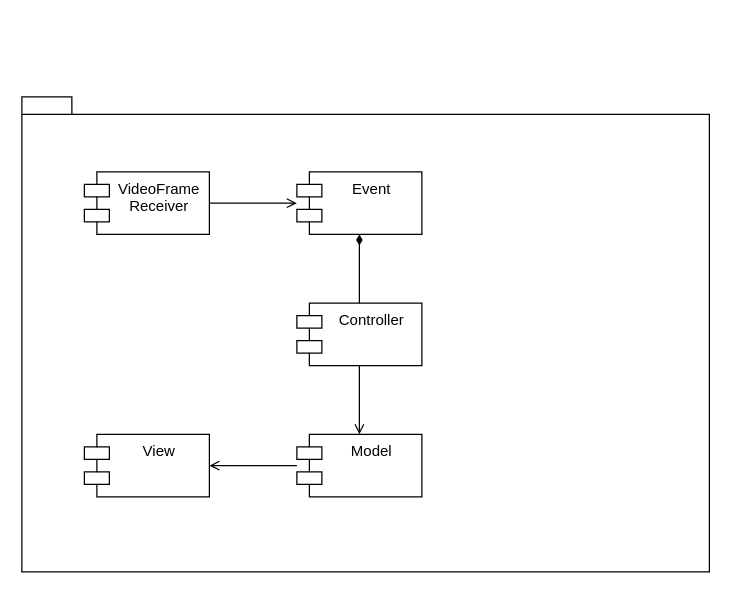
Above: GUI/Architecture/Video-GUI.drawio in Uhgtred/Robot_Remote_Control (draw.io), before the change. Source tidied: cells renumbered, new cells numbered last; positions are measured from the earlier drawing's top-left corner, leaving out a move shared by most shapes. Both pictures are drawn from the tidied source at 125%, with x=0, y=0 at pixel (21, 96).
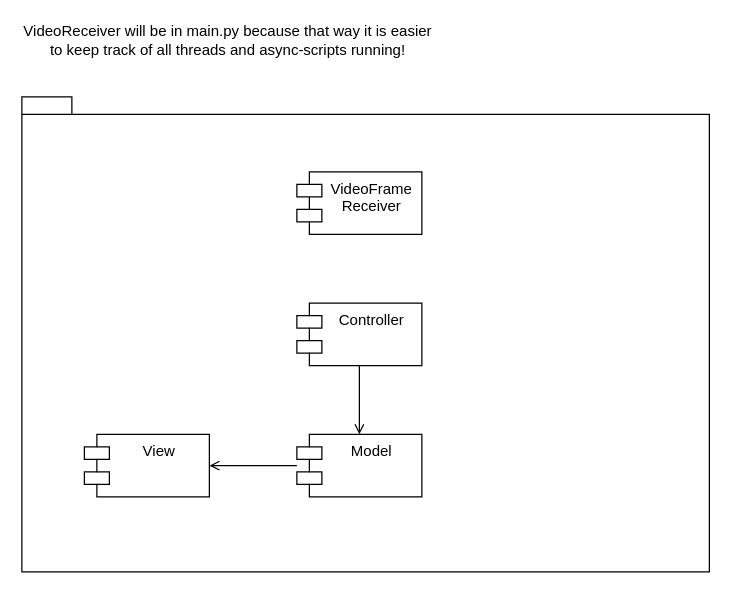
Above is the later version.

Commit message (it also covers changes not shown here):
Implement video processing and update requirements

Diff of the diagram source:
```diff
@@
 <mxGraphModel>
   <root>
     <mxCell id="0" />
     <mxCell id="1" parent="0" />
     <mxCell id="2" style="shape=folder;fontStyle=1;spacingTop=10;tabWidth=40;tabHeight=14;tabPosition=left;html=1;" parent="1" vertex="1">
       <mxGeometry width="550" height="380" as="geometry" />
     </mxCell>
-    <mxCell id="3" style="edgeStyle=orthogonalEdgeStyle;rounded=0;jettySize=auto;html=1;endArrow=open;endFill=0;" parent="1" edge="1" source="4">
-      <mxGeometry relative="1" as="geometry">
-        <mxPoint x="220" y="85" as="targetPoint" />
-      </mxGeometry>
-    </mxCell>
     <mxCell id="4" value="VideoFrame&#10;Receiver" style="shape=module;align=left;spacingLeft=20;align=center;verticalAlign=top;" parent="1" vertex="1">
-      <mxGeometry x="50" y="60" width="100" height="50" as="geometry" />
+      <mxGeometry x="220" y="60" width="100" height="50" as="geometry" />
     </mxCell>
     <mxCell id="5" style="edgeStyle=orthogonalEdgeStyle;rounded=0;jettySize=auto;html=1;startArrow=none;startFill=0;endArrow=open;endFill=0;" parent="1" edge="1" source="6" target="7">
       <mxGeometry relative="1" as="geometry" />
     </mxCell>
     <mxCell id="6" value="Model" style="shape=module;align=left;spacingLeft=20;align=center;verticalAlign=top;" parent="1" vertex="1">
       <mxGeometry x="220" y="270" width="100" height="50" as="geometry" />
     </mxCell>
     <mxCell id="7" value="View" style="shape=module;align=left;spacingLeft=20;align=center;verticalAlign=top;" parent="1" vertex="1">
       <mxGeometry x="50" y="270" width="100" height="50" as="geometry" />
     </mxCell>
     <mxCell id="8" style="edgeStyle=orthogonalEdgeStyle;rounded=0;jettySize=auto;html=1;startArrow=none;startFill=0;endArrow=open;endFill=0;" parent="1" edge="1" source="9" target="6">
       <mxGeometry relative="1" as="geometry" />
     </mxCell>
     <mxCell id="9" value="Controller" style="shape=module;align=left;spacingLeft=20;align=center;verticalAlign=top;" parent="1" vertex="1">
       <mxGeometry x="220" y="165" width="100" height="50" as="geometry" />
     </mxCell>
-    <mxCell id="10" style="edgeStyle=orthogonalEdgeStyle;rounded=0;jettySize=auto;html=1;endArrow=none;endFill=0;startArrow=diamondThin;startFill=1;" parent="1" edge="1" source="11" target="9">
-      <mxGeometry relative="1" as="geometry">
-        <Array as="points">
-          <mxPoint x="270" y="150" />
-          <mxPoint x="270" y="150" />
-        </Array>
-      </mxGeometry>
-    </mxCell>
-    <mxCell id="11" value="Event" style="shape=module;align=left;spacingLeft=20;align=center;verticalAlign=top;" parent="1" vertex="1">
-      <mxGeometry x="220" y="60" width="100" height="50" as="geometry" />
-    </mxCell>
+    <mxCell id="12" value="VideoReceiver will be in main.py because that way it is easier to keep track of all threads and async-scripts running!" style="text;html=1;strokeColor=none;fillColor=none;align=center;verticalAlign=middle;whiteSpace=wrap;rounded=0;" parent="1" vertex="1">
+      <mxGeometry y="-60" width="330" height="30" as="geometry" />
+    </mxCell>
   </root>
 </mxGraphModel>
```
